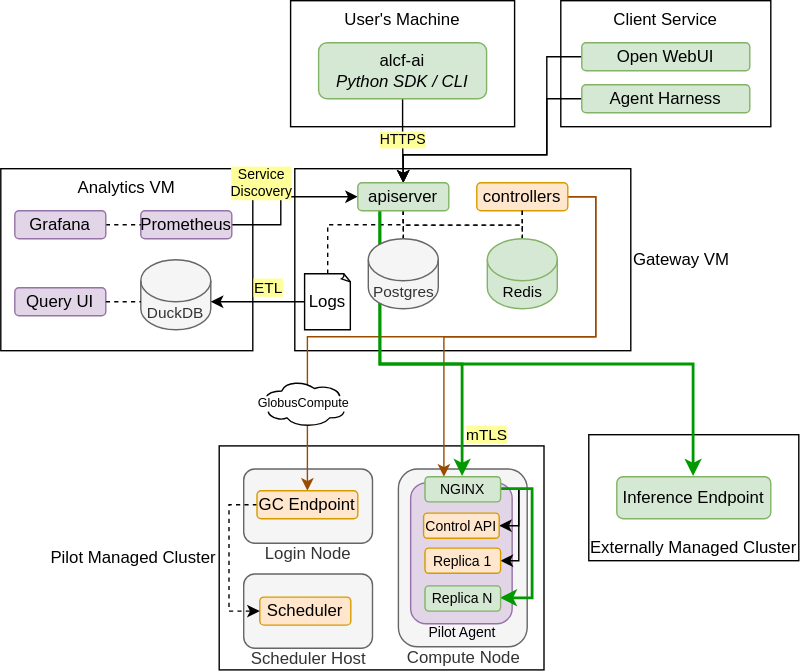
This is docs/images/Diagrams-System.drawio.svg from argonne-lcf/FIRST, a draw.io export, as it was before one commit. Source tidied: cells renumbered, new cells last; positions are measured from the earlier drawing's top-left corner, leaving out a move shared by most shapes.
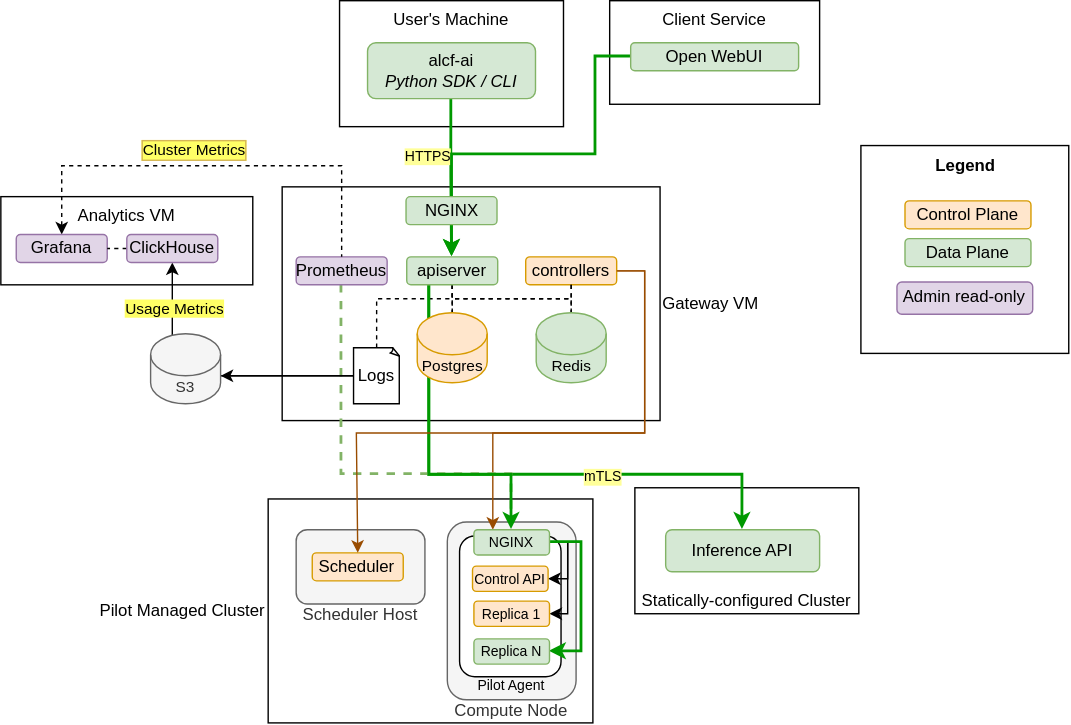
Above is the later version.

Diff of the diagram source:
```diff
@@ -4,4 +4,7 @@
     <mxCell id="1" parent="0" />
+    <mxCell id="56" value="Legend" style="whiteSpace=wrap;html=1;fontStyle=1;verticalAlign=top;" parent="1" vertex="1">
+      <mxGeometry x="579.5" y="103.5" width="148.5" height="148.5" as="geometry" />
+    </mxCell>
-    <mxCell id="2" value="Externally Managed Cluster" style="rounded=0;whiteSpace=wrap;html=1;verticalAlign=bottom;" parent="1" vertex="1">
-      <mxGeometry x="420" y="310" width="150" height="90" as="geometry" />
+    <mxCell id="2" value="Statically-configured Cluster" style="rounded=0;whiteSpace=wrap;html=1;verticalAlign=bottom;" parent="1" vertex="1">
+      <mxGeometry x="418" y="348" width="160" height="90" as="geometry" />
     </mxCell>
@@ -11,3 +14,3 @@
     <mxCell id="4" value="Gateway VM" style="rounded=0;whiteSpace=wrap;html=1;verticalAlign=middle;labelPosition=right;verticalLabelPosition=middle;align=left;" parent="1" vertex="1">
-      <mxGeometry x="210" y="120" width="240" height="130" as="geometry" />
+      <mxGeometry x="166" y="133" width="270" height="167" as="geometry" />
     </mxCell>
@@ -16,3 +19,3 @@
         <Array as="points">
-          <mxPoint x="390" y="260" />
+          <mxPoint x="386.3" y="338.9" />
         </Array>
@@ -22,18 +25,23 @@
       <mxGeometry x="0.18" y="-1" relative="1" as="geometry">
-        <mxPoint x="-58" y="49" as="offset" />
+        <mxPoint x="-72" y="67" as="offset" />
       </mxGeometry>
     </mxCell>
+    <mxCell id="57" value="mTLS" style="edgeLabel;html=1;align=center;verticalAlign=middle;fontFamily=Helvetica;fontSize=10;fontColor=default;labelBackgroundColor=#FFFF99;" parent="5" vertex="1">
+      <mxGeometry x="0.13" y="1" relative="1" as="geometry">
+        <mxPoint x="34" y="2" as="offset" />
+      </mxGeometry>
+    </mxCell>
     <mxCell id="7" value="Pilot Managed Cluster" style="rounded=0;whiteSpace=wrap;html=1;verticalAlign=middle;labelPosition=left;verticalLabelPosition=middle;align=right;" parent="1" vertex="1">
-      <mxGeometry x="156" y="318" width="232" height="160" as="geometry" />
+      <mxGeometry x="156" y="356" width="232" height="160" as="geometry" />
     </mxCell>
     <mxCell id="8" value="Compute Node" style="rounded=1;whiteSpace=wrap;html=1;rotation=-90;fillColor=#f5f5f5;fontColor=#333333;strokeColor=#666666;labelPosition=left;verticalLabelPosition=middle;align=right;verticalAlign=middle;textDirection=vertical-lr;" parent="1" vertex="1">
-      <mxGeometry x="266.5" y="352" width="127" height="92" as="geometry" />
+      <mxGeometry x="266.5" y="390" width="127" height="92" as="geometry" />
     </mxCell>
     <mxCell id="9" value="Analytics VM" style="rounded=0;whiteSpace=wrap;html=1;verticalAlign=top;" parent="1" vertex="1">
-      <mxGeometry y="120" width="180" height="130" as="geometry" />
+      <mxGeometry x="-35" y="140" width="180" height="63" as="geometry" />
     </mxCell>
     <mxCell id="10" value="Client Service" style="rounded=0;whiteSpace=wrap;html=1;verticalAlign=top;" parent="1" vertex="1">
-      <mxGeometry x="400" width="150" height="90" as="geometry" />
+      <mxGeometry x="400" width="150" height="74" as="geometry" />
     </mxCell>
-    <mxCell id="11" style="edgeStyle=orthogonalEdgeStyle;rounded=0;jettySize=auto;html=1;exitX=0.5;exitY=1;exitDx=0;exitDy=0;entryX=0.5;entryY=0;entryDx=0;entryDy=0;" parent="1" edge="1" source="13" target="54">
+    <mxCell id="11" style="edgeStyle=orthogonalEdgeStyle;rounded=0;jettySize=auto;html=1;exitX=0.5;exitY=1;exitDx=0;exitDy=0;entryX=0.5;entryY=0;entryDx=0;entryDy=0;strokeColor=#009900;strokeWidth=2;align=center;verticalAlign=middle;fontFamily=Helvetica;fontSize=11;fontColor=default;labelBackgroundColor=default;elbow=vertical;endArrow=classic;" parent="1" edge="1" source="13" target="54">
       <mxGeometry relative="1" as="geometry" />
@@ -41,3 +49,5 @@
     <mxCell id="12" value="HTTPS" style="edgeLabel;html=1;align=center;verticalAlign=middle;labelBackgroundColor=#FFFF99;fontSize=10;" parent="11" vertex="1">
-      <mxGeometry x="-0.07" relative="1" as="geometry" />
+      <mxGeometry x="-0.07" relative="1" as="geometry">
+        <mxPoint x="-18" y="-12" as="offset" />
+      </mxGeometry>
     </mxCell>
@@ -46,3 +56,3 @@
     </mxCell>
-    <mxCell id="14" style="edgeStyle=orthogonalEdgeStyle;rounded=0;jettySize=auto;html=1;exitX=0;exitY=0.5;exitDx=0;exitDy=0;entryX=0.5;entryY=0;entryDx=0;entryDy=0;" parent="1" edge="1" source="15" target="54">
+    <mxCell id="14" style="edgeStyle=orthogonalEdgeStyle;rounded=0;jettySize=auto;html=1;exitX=0;exitY=0.5;exitDx=0;exitDy=0;entryX=0.5;entryY=0;entryDx=0;entryDy=0;strokeColor=#009900;strokeWidth=2;align=center;verticalAlign=middle;fontFamily=Helvetica;fontSize=11;fontColor=default;labelBackgroundColor=default;elbow=vertical;endArrow=classic;" parent="1" edge="1" source="15" target="54">
       <mxGeometry relative="1" as="geometry">
@@ -61,5 +71,5 @@
         <Array as="points">
-          <mxPoint x="425" y="140" />
-          <mxPoint x="425" y="240" />
-          <mxPoint x="317" y="240" />
+          <mxPoint x="425" y="193" />
+          <mxPoint x="425" y="308.9" />
+          <mxPoint x="316.5" y="308.9" />
         </Array>
@@ -67,16 +77,4 @@
     </mxCell>
-    <mxCell id="17" value="Login Node" style="rounded=1;whiteSpace=wrap;html=1;rotation=-90;fillColor=#f5f5f5;fontColor=#333333;strokeColor=#666666;labelPosition=left;verticalLabelPosition=middle;align=right;verticalAlign=middle;textDirection=vertical-lr;" parent="1" vertex="1">
-      <mxGeometry x="193" y="315" width="53" height="92" as="geometry" />
-    </mxCell>
-    <mxCell id="18" style="edgeStyle=orthogonalEdgeStyle;shape=connector;rounded=0;jettySize=auto;html=1;exitX=1;exitY=0.5;exitDx=0;exitDy=0;entryX=0.5;entryY=0;entryDx=0;entryDy=0;strokeColor=#994C00;strokeWidth=1;align=center;verticalAlign=middle;fontFamily=Helvetica;fontSize=11;fontColor=default;labelBackgroundColor=default;endArrow=classic;" parent="1" edge="1" source="19" target="42">
-      <mxGeometry relative="1" as="geometry">
-        <Array as="points">
-          <mxPoint x="425" y="140" />
-          <mxPoint x="425" y="240" />
-          <mxPoint x="219" y="240" />
-        </Array>
-      </mxGeometry>
-    </mxCell>
     <mxCell id="19" value="controllers" style="rounded=1;whiteSpace=wrap;html=1;fillColor=#ffe6cc;strokeColor=#d79b00;" parent="1" vertex="1">
-      <mxGeometry x="340" y="130" width="65" height="20" as="geometry" />
+      <mxGeometry x="340" y="183" width="65" height="20" as="geometry" />
     </mxCell>
@@ -94,29 +92,41 @@
     </mxCell>
-    <mxCell id="24" style="edgeStyle=orthogonalEdgeStyle;rounded=0;jettySize=auto;html=1;exitX=1;exitY=0.5;exitDx=0;exitDy=0;entryX=0;entryY=0.5;entryDx=0;entryDy=0;startArrow=none;startFill=0;" parent="1" edge="1" source="26" target="54">
-      <mxGeometry relative="1" as="geometry">
-        <Array as="points">
-          <mxPoint x="200" y="160" />
-          <mxPoint x="200" y="140" />
-        </Array>
-      </mxGeometry>
-    </mxCell>
-    <mxCell id="25" value="Service&lt;div&gt;Discovery&lt;/div&gt;" style="edgeLabel;html=1;align=center;verticalAlign=middle;labelBorderColor=none;labelBackgroundColor=#FFFF99;fontSize=10;" parent="24" vertex="1">
-      <mxGeometry x="-0.58" relative="1" as="geometry">
-        <mxPoint x="-3" y="-30" as="offset" />
-      </mxGeometry>
-    </mxCell>
+    <mxCell id="58" style="edgeStyle=orthogonalEdgeStyle;shape=connector;rounded=0;jettySize=auto;html=1;exitX=0.5;exitY=1;exitDx=0;exitDy=0;entryX=1;entryY=0.5;entryDx=0;entryDy=0;strokeColor=#82b366;align=center;verticalAlign=middle;fontFamily=Helvetica;fontSize=11;fontColor=default;labelBackgroundColor=default;elbow=vertical;endArrow=none;fillColor=#d5e8d4;dashed=1;strokeWidth=2;endFill=0;" parent="1" edge="1" source="26" target="8">
+      <mxGeometry relative="1" as="geometry">
+        <Array as="points">
+          <mxPoint x="208.5" y="338.4" />
+          <mxPoint x="330" y="338.4" />
+        </Array>
+      </mxGeometry>
+    </mxCell>
     <mxCell id="26" value="Prometheus" style="rounded=1;whiteSpace=wrap;html=1;fillColor=#e1d5e7;strokeColor=#9673a6;" parent="1" vertex="1">
-      <mxGeometry x="100" y="150" width="65" height="20" as="geometry" />
+      <mxGeometry x="176" y="183" width="65" height="20" as="geometry" />
     </mxCell>
-    <mxCell id="27" style="edgeStyle=orthogonalEdgeStyle;rounded=0;jettySize=auto;html=1;exitX=1;exitY=0.5;exitDx=0;exitDy=0;entryX=0;entryY=0.5;entryDx=0;entryDy=0;endArrow=none;endFill=0;dashed=1;" parent="1" edge="1" source="28" target="26">
-      <mxGeometry relative="1" as="geometry" />
+    <mxCell id="27" style="edgeStyle=orthogonalEdgeStyle;shape=connector;rounded=0;jettySize=auto;html=1;exitX=0.5;exitY=0;exitDx=0;exitDy=0;entryX=0.5;entryY=0;entryDx=0;entryDy=0;strokeColor=light-dark(#000000,#EDEDED);align=center;verticalAlign=middle;fontFamily=Helvetica;fontSize=11;fontColor=default;labelBackgroundColor=default;elbow=vertical;endArrow=none;endFill=0;startArrow=classic;startFill=1;dashed=1;" parent="1" edge="1" source="28" target="26">
+      <mxGeometry relative="1" as="geometry">
+        <Array as="points">
+          <mxPoint x="8.5" y="117.9" />
+          <mxPoint x="208.5" y="117.9" />
+        </Array>
+      </mxGeometry>
     </mxCell>
+    <mxCell id="59" value="Cluster Metrics" style="edgeLabel;html=1;align=center;verticalAlign=middle;fontFamily=Helvetica;fontSize=11;labelBackgroundColor=#FFFF66;labelBorderColor=#d6b656;" parent="27" vertex="1">
+      <mxGeometry x="-0.15" y="3" relative="1" as="geometry">
+        <mxPoint x="9" y="-8" as="offset" />
+      </mxGeometry>
+    </mxCell>
     <mxCell id="28" value="Grafana" style="rounded=1;whiteSpace=wrap;html=1;fillColor=#e1d5e7;strokeColor=#9673a6;" parent="1" vertex="1">
-      <mxGeometry x="10" y="150" width="65" height="20" as="geometry" />
+      <mxGeometry x="-24" y="167" width="65" height="20" as="geometry" />
     </mxCell>
-    <mxCell id="29" value="DuckDB" style="shape=cylinder3;whiteSpace=wrap;html=1;boundedLbl=1;backgroundOutline=1;size=15;fontSize=11;fillColor=#f5f5f5;fontColor=#333333;strokeColor=#666666;" parent="1" vertex="1">
-      <mxGeometry x="100" y="185" width="50" height="50" as="geometry" />
-    </mxCell>
+    <mxCell id="60" style="edgeStyle=elbowEdgeStyle;shape=connector;rounded=0;jettySize=auto;html=1;exitX=0;exitY=0.5;exitDx=0;exitDy=0;exitPerimeter=0;entryX=0.5;entryY=1;entryDx=0;entryDy=0;strokeColor=light-dark(#000000,#EDEDED);align=center;verticalAlign=middle;fontFamily=Helvetica;fontSize=11;fontColor=default;labelBackgroundColor=default;elbow=vertical;endArrow=classic;" parent="1" edge="1" source="30" target="67">
+      <mxGeometry relative="1" as="geometry">
+        <Array as="points">
+          <mxPoint x="151.3" y="268" />
+        </Array>
+      </mxGeometry>
+    </mxCell>
+    <mxCell id="61" value="Usage Metrics" style="edgeLabel;html=1;align=center;verticalAlign=middle;fontFamily=Helvetica;fontSize=11;fontColor=default;labelBackgroundColor=#FFFF66;" parent="60" vertex="1">
+      <mxGeometry x="0.7" y="-1" relative="1" as="geometry" />
+    </mxCell>
     <mxCell id="30" value="Logs" style="whiteSpace=wrap;html=1;shape=mxgraph.basic.document;" parent="1" vertex="1">
-      <mxGeometry x="217" y="195" width="33" height="40" as="geometry" />
+      <mxGeometry x="217" y="248" width="33" height="40" as="geometry" />
     </mxCell>
@@ -125,4 +135,4 @@
         <Array as="points">
-          <mxPoint x="288" y="160" />
-          <mxPoint x="234" y="160" />
+          <mxPoint x="288" y="213" />
+          <mxPoint x="234" y="213" />
         </Array>
@@ -133,42 +143,13 @@
     </mxCell>
-    <mxCell id="33" value="ETL" style="edgeLabel;html=1;align=center;verticalAlign=middle;labelBackgroundColor=#FFFF99;" parent="32" vertex="1">
-      <mxGeometry x="-0.12" y="2" relative="1" as="geometry">
-        <mxPoint x="3" y="-12" as="offset" />
-      </mxGeometry>
-    </mxCell>
-    <mxCell id="34" value="Query UI" style="rounded=1;whiteSpace=wrap;html=1;fillColor=#e1d5e7;strokeColor=#9673a6;" parent="1" vertex="1">
-      <mxGeometry x="10" y="205" width="65" height="20" as="geometry" />
-    </mxCell>
-    <mxCell id="35" style="edgeStyle=orthogonalEdgeStyle;rounded=0;jettySize=auto;html=1;exitX=1;exitY=0.5;exitDx=0;exitDy=0;entryX=0;entryY=0;entryDx=0;entryDy=30;entryPerimeter=0;dashed=1;strokeColor=default;align=center;verticalAlign=middle;fontFamily=Helvetica;fontSize=11;fontColor=default;labelBackgroundColor=default;endArrow=none;endFill=0;" parent="1" edge="1" source="34" target="29">
-      <mxGeometry relative="1" as="geometry" />
-    </mxCell>
-    <mxCell id="36" style="edgeStyle=orthogonalEdgeStyle;rounded=0;jettySize=auto;html=1;exitX=0;exitY=0.5;exitDx=0;exitDy=0;entryX=0.5;entryY=0;entryDx=0;entryDy=0;" parent="1" edge="1" source="37" target="54">
-      <mxGeometry relative="1" as="geometry">
-        <Array as="points">
-          <mxPoint x="390" y="70" />
-          <mxPoint x="390" y="110" />
-          <mxPoint x="287" y="110" />
-        </Array>
-      </mxGeometry>
-    </mxCell>
-    <mxCell id="37" value="Agent Harness" style="rounded=1;whiteSpace=wrap;html=1;fillColor=#d5e8d4;strokeColor=#82b366;" parent="1" vertex="1">
-      <mxGeometry x="415" y="60" width="120" height="20" as="geometry" />
-    </mxCell>
-    <mxCell id="38" value="Inference Endpoint" style="rounded=1;whiteSpace=wrap;html=1;fillColor=#d5e8d4;strokeColor=#82b366;" parent="1" vertex="1">
-      <mxGeometry x="440" y="340" width="110" height="30" as="geometry" />
+    <mxCell id="38" value="Inference API" style="rounded=1;whiteSpace=wrap;html=1;fillColor=#d5e8d4;strokeColor=#82b366;" parent="1" vertex="1">
+      <mxGeometry x="440" y="378" width="110" height="30" as="geometry" />
     </mxCell>
     <mxCell id="39" value="Scheduler Host" style="rounded=1;whiteSpace=wrap;html=1;rotation=-90;fillColor=#f5f5f5;fontColor=#333333;strokeColor=#666666;labelPosition=left;verticalLabelPosition=middle;align=right;verticalAlign=middle;textDirection=vertical-lr;" parent="1" vertex="1">
-      <mxGeometry x="193" y="390" width="53" height="92" as="geometry" />
+      <mxGeometry x="195.5" y="358.5" width="53" height="92" as="geometry" />
     </mxCell>
     <mxCell id="40" value="Scheduler" style="rounded=1;whiteSpace=wrap;html=1;fillColor=#ffe6cc;strokeColor=#d79b00;" parent="1" vertex="1">
-      <mxGeometry x="185" y="426" width="65" height="20" as="geometry" />
+      <mxGeometry x="187.5" y="394.5" width="65" height="20" as="geometry" />
     </mxCell>
-    <mxCell id="41" style="edgeStyle=orthogonalEdgeStyle;shape=connector;rounded=0;jettySize=auto;html=1;exitX=0;exitY=0.5;exitDx=0;exitDy=0;entryX=0;entryY=0.5;entryDx=0;entryDy=0;strokeColor=#000000;strokeWidth=1;align=center;verticalAlign=middle;fontFamily=Helvetica;fontSize=11;fontColor=default;labelBackgroundColor=default;endArrow=classic;dashed=1;" parent="1" edge="1" source="42" target="40">
-      <mxGeometry relative="1" as="geometry" />
-    </mxCell>
-    <mxCell id="42" value="GC Endpoint" style="rounded=1;whiteSpace=wrap;html=1;fillColor=#ffe6cc;strokeColor=#d79b00;" parent="1" vertex="1">
-      <mxGeometry x="183" y="350" width="72" height="20" as="geometry" />
-    </mxCell>
-    <mxCell id="43" value="Pilot Agent" style="rounded=1;whiteSpace=wrap;html=1;rotation=-90;fillColor=#e1d5e7;strokeColor=#9673a6;labelPosition=left;verticalLabelPosition=middle;align=right;verticalAlign=middle;textDirection=vertical-lr;fontSize=10;" parent="1" vertex="1">
-      <mxGeometry x="278.8" y="358.5" width="100.5" height="72.5" as="geometry" />
+    <mxCell id="43" value="Pilot Agent" style="rounded=1;whiteSpace=wrap;html=1;rotation=-90;labelPosition=left;verticalLabelPosition=middle;align=right;verticalAlign=middle;textDirection=vertical-lr;fontSize=10;" parent="1" vertex="1">
+      <mxGeometry x="278.8" y="396.5" width="100.5" height="72.5" as="geometry" />
     </mxCell>
@@ -177,3 +158,3 @@
         <Array as="points">
-          <mxPoint x="370" y="360" />
+          <mxPoint x="370" y="398" />
         </Array>
@@ -184,3 +165,3 @@
         <Array as="points">
-          <mxPoint x="370" y="370" />
+          <mxPoint x="370" y="408" />
         </Array>
@@ -191,3 +172,3 @@
         <Array as="points">
-          <mxPoint x="380" y="390" />
+          <mxPoint x="380" y="428" />
         </Array>
@@ -196,15 +177,15 @@
     <mxCell id="47" value="NGINX" style="rounded=1;whiteSpace=wrap;html=1;fontSize=10;fillColor=#d5e8d4;strokeColor=#82b366;" parent="1" vertex="1">
-      <mxGeometry x="303" y="340" width="54" height="18" as="geometry" />
+      <mxGeometry x="303" y="378" width="54" height="18" as="geometry" />
     </mxCell>
     <mxCell id="48" value="Control API" style="rounded=1;whiteSpace=wrap;html=1;fontSize=10;fillColor=#ffe6cc;strokeColor=#d79b00;" parent="1" vertex="1">
-      <mxGeometry x="302" y="366" width="54" height="18" as="geometry" />
+      <mxGeometry x="302" y="404" width="54" height="18" as="geometry" />
     </mxCell>
     <mxCell id="49" value="Replica 1" style="rounded=1;whiteSpace=wrap;html=1;fontSize=10;fillColor=#ffe6cc;strokeColor=#d79b00;" parent="1" vertex="1">
-      <mxGeometry x="303" y="391" width="54" height="18" as="geometry" />
+      <mxGeometry x="303" y="429" width="54" height="18" as="geometry" />
     </mxCell>
     <mxCell id="50" value="Replica N" style="rounded=1;whiteSpace=wrap;html=1;fontSize=10;fillColor=#d5e8d4;strokeColor=#82b366;" parent="1" vertex="1">
-      <mxGeometry x="303" y="418" width="54" height="18" as="geometry" />
+      <mxGeometry x="303" y="456" width="54" height="18" as="geometry" />
     </mxCell>
     <mxCell id="51" value="Redis" style="shape=cylinder3;whiteSpace=wrap;html=1;boundedLbl=1;backgroundOutline=1;size=15;fontSize=11;fillColor=#d5e8d4;strokeColor=#82b366;" parent="1" vertex="1">
-      <mxGeometry x="347.5" y="170" width="50" height="50" as="geometry" />
+      <mxGeometry x="347.5" y="223" width="50" height="50" as="geometry" />
     </mxCell>
@@ -213,4 +194,4 @@
         <Array as="points">
-          <mxPoint x="271" y="260" />
-          <mxPoint x="330" y="260" />
+          <mxPoint x="271.3" y="338.9" />
+          <mxPoint x="330" y="338.9" />
         </Array>
@@ -218,11 +199,38 @@
     </mxCell>
-    <mxCell id="53" value="Postgres" style="shape=cylinder3;whiteSpace=wrap;html=1;boundedLbl=1;backgroundOutline=1;size=15;fontSize=11;fillColor=#f5f5f5;fontColor=#333333;strokeColor=#666666;" parent="1" vertex="1">
-      <mxGeometry x="262.5" y="170" width="50" height="50" as="geometry" />
+    <mxCell id="53" value="Postgres" style="shape=cylinder3;whiteSpace=wrap;html=1;boundedLbl=1;backgroundOutline=1;size=15;fontSize=11;fillColor=#ffe6cc;strokeColor=#d79b00;" parent="1" vertex="1">
+      <mxGeometry x="262.5" y="223" width="50" height="50" as="geometry" />
     </mxCell>
     <mxCell id="54" value="apiserver" style="rounded=1;whiteSpace=wrap;html=1;fillColor=#d5e8d4;strokeColor=#82b366;" parent="1" vertex="1">
-      <mxGeometry x="255" y="130" width="65" height="20" as="geometry" />
+      <mxGeometry x="255" y="183" width="65" height="20" as="geometry" />
     </mxCell>
-    <mxCell id="55" value="GlobusCompute" style="ellipse;shape=cloud;whiteSpace=wrap;html=1;fontFamily=Helvetica;fontSize=9;fontColor=default;labelBackgroundColor=default;" parent="1" vertex="1">
-      <mxGeometry x="185" y="270" width="62.5" height="35" as="geometry" />
-    </mxCell>
+    <mxCell id="62" value="Control Plane" style="rounded=1;whiteSpace=wrap;html=1;fillColor=#ffe6cc;strokeColor=#d79b00;" parent="1" vertex="1">
+      <mxGeometry x="611" y="143" width="90" height="20" as="geometry" />
+    </mxCell>
+    <mxCell id="63" value="Data Plane" style="rounded=1;whiteSpace=wrap;html=1;fillColor=#d5e8d4;strokeColor=#82b366;" parent="1" vertex="1">
+      <mxGeometry x="611" y="170" width="90" height="20" as="geometry" />
+    </mxCell>
+    <mxCell id="64" value="Admin read-only" style="rounded=1;whiteSpace=wrap;html=1;fillColor=#e1d5e7;strokeColor=#9673a6;" parent="1" vertex="1">
+      <mxGeometry x="605.2" y="201" width="97" height="23" as="geometry" />
+    </mxCell>
+    <mxCell id="65" value="NGINX" style="rounded=1;whiteSpace=wrap;html=1;fillColor=#d5e8d4;strokeColor=#82b366;" parent="1" vertex="1">
+      <mxGeometry x="254.5" y="140" width="65" height="20" as="geometry" />
+    </mxCell>
+    <mxCell id="18" style="edgeStyle=orthogonalEdgeStyle;shape=connector;rounded=0;jettySize=auto;html=1;exitX=1;exitY=0.5;exitDx=0;exitDy=0;entryX=0.5;entryY=0;entryDx=0;entryDy=0;strokeColor=#994C00;strokeWidth=1;align=center;verticalAlign=middle;fontFamily=Helvetica;fontSize=11;fontColor=default;labelBackgroundColor=default;endArrow=classic;" parent="1" edge="1" source="19" target="40">
+      <mxGeometry x="-0.01" relative="1" as="geometry">
+        <Array as="points">
+          <mxPoint x="425" y="193" />
+          <mxPoint x="425" y="308.9" />
+          <mxPoint x="219" y="308.9" />
+        </Array>
+      </mxGeometry>
+    </mxCell>
+    <mxCell id="66" style="edgeStyle=orthogonalEdgeStyle;shape=connector;rounded=0;jettySize=auto;html=1;exitX=0;exitY=0.5;exitDx=0;exitDy=0;entryX=1;entryY=0.5;entryDx=0;entryDy=0;strokeColor=light-dark(#000000,#EDEDED);align=center;verticalAlign=middle;fontFamily=Helvetica;fontSize=11;fontColor=default;labelBackgroundColor=default;elbow=vertical;endArrow=none;dashed=1;endFill=0;" parent="1" edge="1" source="67" target="28">
+      <mxGeometry relative="1" as="geometry" />
+    </mxCell>
+    <mxCell id="67" value="ClickHouse" style="rounded=1;whiteSpace=wrap;html=1;fillColor=#e1d5e7;strokeColor=#9673a6;" parent="1" vertex="1">
+      <mxGeometry x="55" y="167" width="65" height="20" as="geometry" />
+    </mxCell>
+    <mxCell id="29" value="S3" style="shape=cylinder3;whiteSpace=wrap;html=1;boundedLbl=1;backgroundOutline=1;size=15;fontSize=11;fillColor=#f5f5f5;fontColor=#333333;strokeColor=#666666;" parent="1" vertex="1">
+      <mxGeometry x="72" y="238" width="50" height="50" as="geometry" />
+    </mxCell>
   </root>
```
